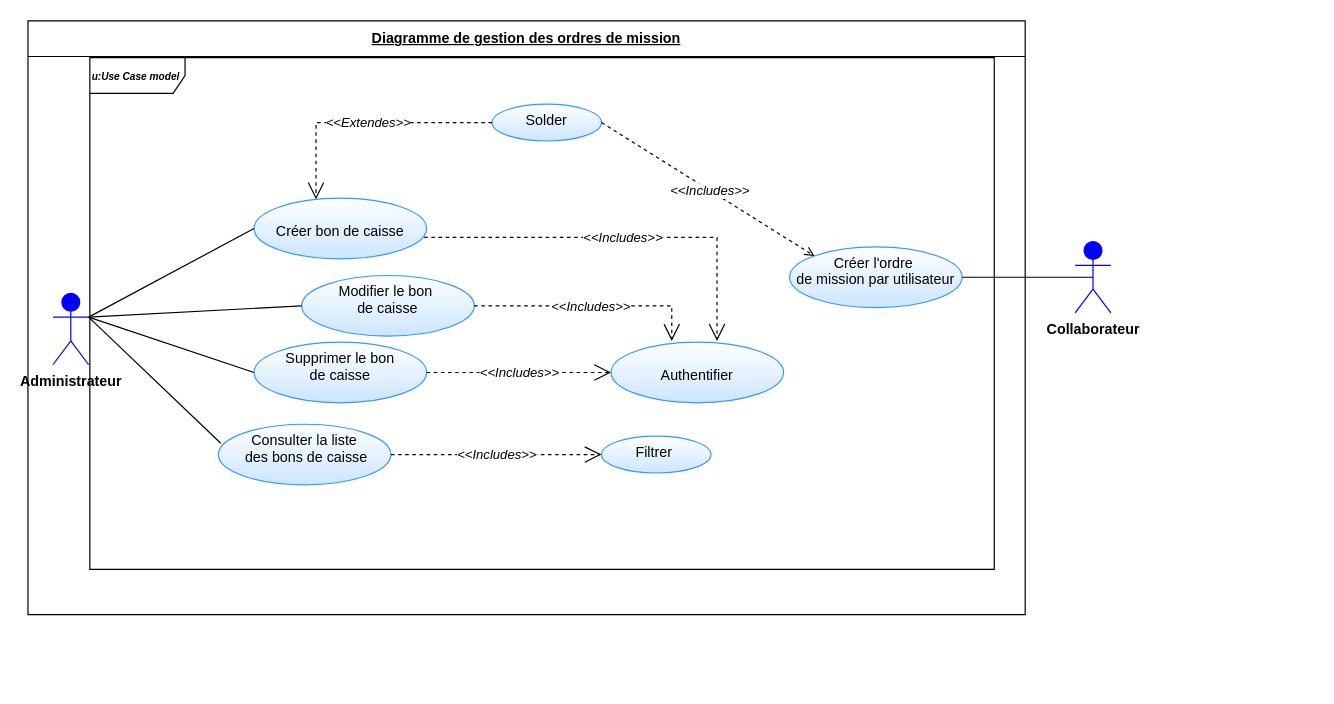
Before: MissionUseCase.drawio in BARIGOU-Imane/Gestion-des-Ordres-de-Mission, a draw.io diagram. Source tidied: cells renumbered, new cells numbered last; positions are measured from the earlier drawing's top-left corner, leaving out a move shared by most shapes. Both pictures are drawn from the tidied source at 119%, with x=0, y=0 at pixel (27, 20).
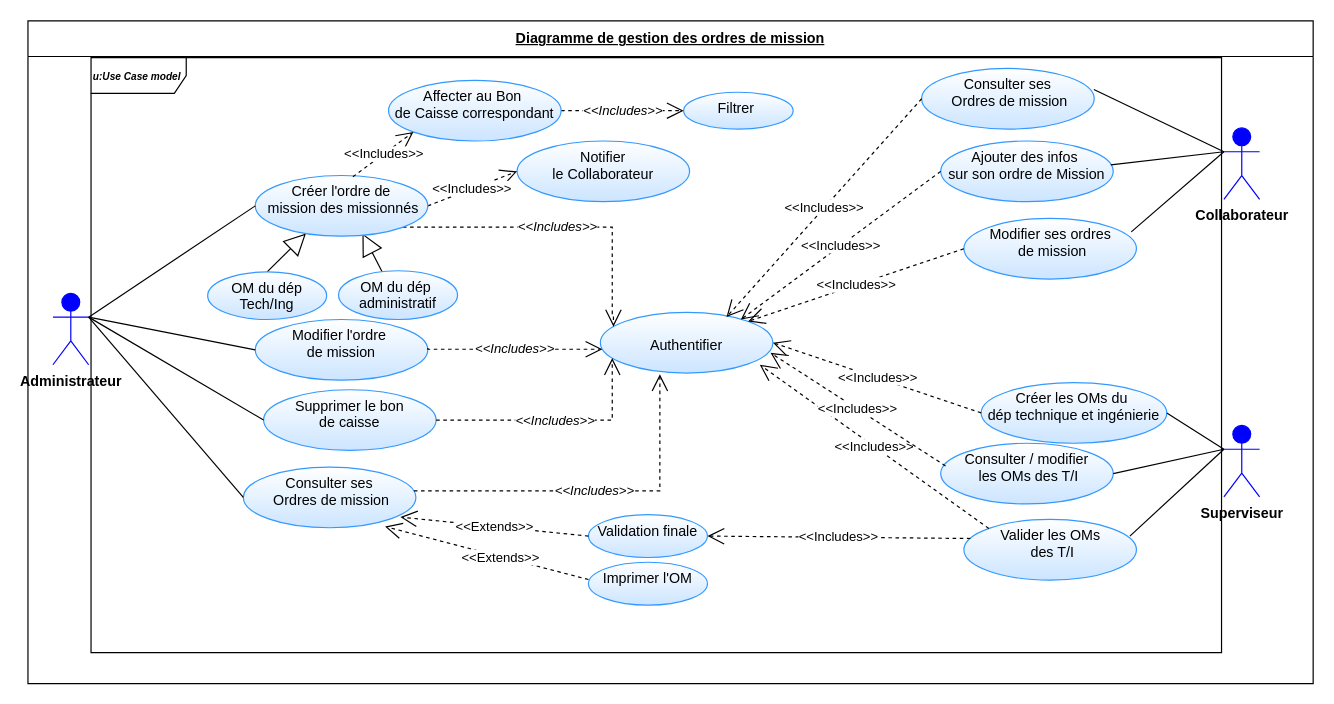
The same diagram, later.

Commit message:
Mettre à jour MissionUseCase.drawio

The change refers to these unchanged cells:
```xml
<mxCell id="19" value="&lt;b&gt;Administrateur&lt;/b&gt;&lt;div&gt;&lt;b&gt;&lt;br&gt;&lt;/b&gt;&lt;/div&gt;" style="shape=umlActor;verticalLabelPosition=bottom;verticalAlign=top;html=1;outlineConnect=0;direction=east;rotation=0;fillColor=#0000FF;strokeColor=#0000FF;" parent="2" vertex="1">
  <mxGeometry x="21" y="229" width="30" height="60" as="geometry" />
</mxCell>
```

The edit, as a diff of the source:
```diff
@@
     <mxCell id="2" value="&lt;u&gt;Diagramme de gestion des ordres de mission&lt;/u&gt;" style="swimlane;fontStyle=1;align=center;horizontal=1;startSize=30;html=1;whiteSpace=wrap;" parent="1" vertex="1">
-      <mxGeometry width="838" height="499" as="geometry" />
+      <mxGeometry width="1080" height="557" as="geometry" />
     </mxCell>
     <mxCell id="3" value="&lt;i&gt;&lt;font style=&quot;font-size: 8.5px;&quot;&gt;&lt;b style=&quot;&quot;&gt;u:Use Case model&lt;/b&gt;&lt;/font&gt;&lt;/i&gt;" style="shape=umlFrame;whiteSpace=wrap;html=1;width=80;align=left;" parent="2" vertex="1">
-      <mxGeometry width="760" height="430" relative="1" as="geometry">
-        <mxPoint x="52" y="31" as="offset" />
+      <mxGeometry width="950" height="500" relative="1" as="geometry">
+        <mxPoint x="53" y="31" as="offset" />
       </mxGeometry>
     </mxCell>
     <mxCell id="4" value="&lt;div&gt;&lt;br&gt;&lt;/div&gt;Authentifier" style="ellipse;whiteSpace=wrap;html=1;verticalAlign=top;strokeColor=#3399FF;gradientColor=#CCE5FF;" parent="3" vertex="1">
-      <mxGeometry x="438" y="239" width="145" height="51" as="geometry" />
+      <mxGeometry x="428" y="214" width="145" height="51" as="geometry" />
     </mxCell>
     <mxCell id="5" value="&lt;div&gt;Supprimer le bon&lt;/div&gt;&lt;div&gt;de caisse&lt;/div&gt;" style="ellipse;whiteSpace=wrap;html=1;verticalAlign=top;strokeColor=#3399FF;gradientColor=#CCE5FF;" parent="3" vertex="1">
-      <mxGeometry x="138" y="239" width="145" height="51" as="geometry" />
+      <mxGeometry x="145" y="279" width="145" height="51" as="geometry" />
     </mxCell>
     <mxCell id="6" value="&lt;i&gt;&amp;lt;&amp;lt;Includes&amp;gt;&amp;gt;&lt;/i&gt;" style="endArrow=open;endSize=12;dashed=1;html=1;rounded=0;edgeStyle=orthogonalEdgeStyle;exitX=1;exitY=0.5;exitDx=0;exitDy=0;" parent="3" edge="1" source="5" target="4">
-      <mxGeometry relative="1" as="geometry" />
+      <mxGeometry relative="1" as="geometry">
+        <Array as="points">
+          <mxPoint x="438" y="305" />
+        </Array>
+      </mxGeometry>
     </mxCell>
-    <mxCell id="7" value="Modifier le bon&amp;nbsp;&lt;div&gt;de&amp;nbsp;&lt;span style=&quot;background-color: initial;&quot;&gt;caisse&lt;/span&gt;&lt;/div&gt;" style="ellipse;whiteSpace=wrap;html=1;verticalAlign=top;strokeColor=#3399FF;gradientColor=#CCE5FF;" parent="3" vertex="1">
-      <mxGeometry x="178" y="183" width="145" height="51" as="geometry" />
+    <mxCell id="7" value="Modifier l'ordre&amp;nbsp;&lt;div&gt;de mission&lt;/div&gt;" style="ellipse;whiteSpace=wrap;html=1;verticalAlign=top;strokeColor=#3399FF;gradientColor=#CCE5FF;" parent="3" vertex="1">
+      <mxGeometry x="138" y="220" width="145" height="51" as="geometry" />
     </mxCell>
-    <mxCell id="8" value="&lt;i&gt;&amp;lt;&amp;lt;Includes&amp;gt;&amp;gt;&lt;/i&gt;" style="endArrow=open;endSize=12;dashed=1;html=1;rounded=0;edgeStyle=orthogonalEdgeStyle;entryX=0.352;entryY=-0.02;entryDx=0;entryDy=0;entryPerimeter=0;exitX=1;exitY=0.5;exitDx=0;exitDy=0;" parent="3" edge="1" source="7" target="4">
-      <mxGeometry relative="1" as="geometry" />
-    </mxCell>
-    <mxCell id="9" value="&lt;div&gt;&lt;br&gt;&lt;/div&gt;&lt;div&gt;Créer bon de caisse&lt;/div&gt;" style="ellipse;whiteSpace=wrap;html=1;verticalAlign=top;strokeColor=#3399FF;gradientColor=#CCE5FF;" parent="3" vertex="1">
-      <mxGeometry x="138" y="118" width="145" height="51" as="geometry" />
-    </mxCell>
-    <mxCell id="10" value="&lt;i&gt;&amp;lt;&amp;lt;Includes&amp;gt;&amp;gt;&lt;/i&gt;" style="endArrow=open;endSize=12;dashed=1;html=1;rounded=0;edgeStyle=orthogonalEdgeStyle;exitX=0.986;exitY=0.647;exitDx=0;exitDy=0;entryX=0.614;entryY=-0.02;entryDx=0;entryDy=0;entryPerimeter=0;exitPerimeter=0;" parent="3" edge="1" source="9" target="4">
-      <mxGeometry relative="1" as="geometry" />
+    <mxCell id="10" value="&lt;i&gt;&amp;lt;&amp;lt;Includes&amp;gt;&amp;gt;&lt;/i&gt;" style="endArrow=open;endSize=12;dashed=1;html=1;rounded=0;edgeStyle=orthogonalEdgeStyle;exitX=1;exitY=1;exitDx=0;exitDy=0;entryX=0.076;entryY=0.235;entryDx=0;entryDy=0;entryPerimeter=0;" parent="3" edge="1" source="32" target="4">
+      <mxGeometry relative="1" as="geometry">
+        <Array as="points">
+          <mxPoint x="438" y="142" />
+          <mxPoint x="438" y="217" />
+          <mxPoint x="439" y="217" />
+        </Array>
+      </mxGeometry>
     </mxCell>
-    <mxCell id="11" value="&lt;div&gt;Solder&lt;/div&gt;" style="ellipse;whiteSpace=wrap;html=1;verticalAlign=top;strokeColor=#3399FF;gradientColor=#CCE5FF;" parent="3" vertex="1">
-      <mxGeometry x="338" y="39" width="92" height="31" as="geometry" />
-    </mxCell>
-    <mxCell id="12" value="&lt;i&gt;&amp;lt;&amp;lt;Extendes&amp;gt;&amp;gt;&lt;/i&gt;" style="endArrow=open;endSize=12;dashed=1;html=1;rounded=0;edgeStyle=orthogonalEdgeStyle;exitX=0;exitY=0.5;exitDx=0;exitDy=0;entryX=0.359;entryY=0.02;entryDx=0;entryDy=0;entryPerimeter=0;" parent="3" edge="1" source="11" target="9">
-      <mxGeometry x="-0.02" relative="1" as="geometry" />
-    </mxCell>
-    <mxCell id="13" value="&lt;div&gt;&lt;span style=&quot;background-color: initial;&quot;&gt;Créer l'ordre&amp;nbsp;&lt;/span&gt;&lt;/div&gt;&lt;div&gt;&lt;span style=&quot;background-color: initial;&quot;&gt;de mission par utilisateur&lt;/span&gt;&lt;br&gt;&lt;/div&gt;" style="ellipse;whiteSpace=wrap;html=1;verticalAlign=top;strokeColor=#3399FF;gradientColor=#CCE5FF;" parent="3" vertex="1">
-      <mxGeometry x="588" y="159" width="145" height="51" as="geometry" />
-    </mxCell>
-    <mxCell id="14" style="endArrow=open;html=1;rounded=0;entryX=0;entryY=0;entryDx=0;entryDy=0;exitX=1;exitY=0.5;exitDx=0;exitDy=0;dashed=1;endFill=0;" parent="3" edge="1" source="11" target="13">
-      <mxGeometry relative="1" as="geometry" />
-    </mxCell>
-    <mxCell id="15" value="&lt;i&gt;&amp;lt;&amp;lt;Includes&amp;gt;&amp;gt;&lt;/i&gt;" style="edgeLabel;html=1;align=center;verticalAlign=middle;" parent="14" vertex="1">
-      <mxGeometry x="0.01" relative="1" as="geometry" />
-    </mxCell>
-    <mxCell id="16" value="&lt;div&gt;Consulter la liste&lt;/div&gt;&lt;div&gt;&amp;nbsp;des bons de caisse&lt;/div&gt;" style="ellipse;whiteSpace=wrap;html=1;verticalAlign=top;strokeColor=#3399FF;gradientColor=#CCE5FF;" parent="3" vertex="1">
-      <mxGeometry x="108" y="308" width="145" height="51" as="geometry" />
-    </mxCell>
     <mxCell id="17" value="&lt;div&gt;Filtrer&amp;nbsp;&lt;/div&gt;" style="ellipse;whiteSpace=wrap;html=1;verticalAlign=top;strokeColor=#3399FF;gradientColor=#CCE5FF;" parent="3" vertex="1">
-      <mxGeometry x="430" y="318" width="92" height="31" as="geometry" />
+      <mxGeometry x="498" y="29" width="92" height="31" as="geometry" />
     </mxCell>
-    <mxCell id="18" value="&lt;i&gt;&amp;lt;&amp;lt;Includes&amp;gt;&amp;gt;&lt;/i&gt;" style="endArrow=open;endSize=12;dashed=1;html=1;rounded=0;edgeStyle=orthogonalEdgeStyle;exitX=1;exitY=0.5;exitDx=0;exitDy=0;entryX=0;entryY=0.5;entryDx=0;entryDy=0;" parent="3" edge="1" source="16" target="17">
+    <mxCell id="18" value="&lt;i&gt;&amp;lt;&amp;lt;Includes&amp;gt;&amp;gt;&lt;/i&gt;" style="endArrow=open;endSize=12;dashed=1;html=1;rounded=0;edgeStyle=orthogonalEdgeStyle;exitX=1;exitY=0.5;exitDx=0;exitDy=0;entryX=0;entryY=0.5;entryDx=0;entryDy=0;" parent="3" edge="1" source="33" target="17">
       <mxGeometry relative="1" as="geometry" />
     </mxCell>
+    <mxCell id="26" style="endArrow=block;endSize=16;endFill=0;html=1;rounded=0;exitX=0.367;exitY=0.028;exitDx=0;exitDy=0;exitPerimeter=0;entryX=0.621;entryY=0.954;entryDx=0;entryDy=0;entryPerimeter=0;" parent="3" edge="1" source="29" target="32">
+      <mxGeometry relative="1" as="geometry" />
+    </mxCell>
+    <mxCell id="27" style="endArrow=block;endSize=16;endFill=0;html=1;rounded=0;entryX=0.294;entryY=0.954;entryDx=0;entryDy=0;entryPerimeter=0;exitX=0.5;exitY=0;exitDx=0;exitDy=0;strokeColor=#000000;" parent="3" edge="1" source="28" target="32">
+      <mxGeometry relative="1" as="geometry" />
+    </mxCell>
+    <mxCell id="28" value="&lt;div&gt;OM&amp;nbsp;&lt;span style=&quot;background-color: initial;&quot;&gt;du dép Tech/Ing&lt;/span&gt;&lt;br&gt;&lt;/div&gt;" style="ellipse;whiteSpace=wrap;html=1;verticalAlign=top;strokeColor=#3399FF;gradientColor=#CCE5FF;" parent="3" vertex="1">
+      <mxGeometry x="98" y="180" width="100" height="40" as="geometry" />
+    </mxCell>
+    <mxCell id="29" value="&lt;div&gt;OM&amp;nbsp;&lt;span style=&quot;background-color: initial;&quot;&gt;du dép&amp;nbsp;&lt;/span&gt;&lt;/div&gt;&lt;div&gt;&lt;span style=&quot;background-color: initial;&quot;&gt;administratif&lt;/span&gt;&lt;/div&gt;" style="ellipse;whiteSpace=wrap;html=1;verticalAlign=top;strokeColor=#3399FF;gradientColor=#CCE5FF;" parent="3" vertex="1">
+      <mxGeometry x="208" y="179" width="100" height="41" as="geometry" />
+    </mxCell>
+    <mxCell id="30" value="Notifier&lt;div&gt;le Collaborateur&lt;/div&gt;" style="ellipse;whiteSpace=wrap;html=1;verticalAlign=top;strokeColor=#3399FF;gradientColor=#CCE5FF;" parent="3" vertex="1">
+      <mxGeometry x="358" y="70" width="145" height="51" as="geometry" />
+    </mxCell>
+    <mxCell id="31" value="&amp;lt;&amp;lt;Includes&amp;gt;&amp;gt;" style="endArrow=open;endSize=12;dashed=1;html=1;rounded=0;exitX=1;exitY=0.5;exitDx=0;exitDy=0;entryX=0;entryY=0.5;entryDx=0;entryDy=0;" parent="3" edge="1" source="32" target="30">
+      <mxGeometry relative="1" as="geometry" />
+    </mxCell>
+    <mxCell id="32" value="Créer l'ordre de&lt;div&gt;&amp;nbsp;mission des missionnés&lt;/div&gt;" style="ellipse;whiteSpace=wrap;html=1;verticalAlign=top;strokeColor=#3399FF;gradientColor=#CCE5FF;" parent="3" vertex="1">
+      <mxGeometry x="138" y="99" width="145" height="51" as="geometry" />
+    </mxCell>
+    <mxCell id="33" value="Affecter au Bon&amp;nbsp;&lt;div&gt;de Caisse correspondant&lt;/div&gt;" style="ellipse;whiteSpace=wrap;html=1;verticalAlign=top;strokeColor=#3399FF;gradientColor=#CCE5FF;gradientDirection=south;" parent="3" vertex="1">
+      <mxGeometry x="250" y="19" width="145" height="51" as="geometry" />
+    </mxCell>
+    <mxCell id="34" value="&amp;lt;&amp;lt;Includes&amp;gt;&amp;gt;" style="endArrow=open;endSize=12;dashed=1;html=1;rounded=0;exitX=0.566;exitY=0.02;exitDx=0;exitDy=0;entryX=0;entryY=1;entryDx=0;entryDy=0;exitPerimeter=0;" parent="3" edge="1" source="32" target="33">
+      <mxGeometry relative="1" as="geometry" />
+    </mxCell>
+    <mxCell id="35" value="Ajouter des infos&amp;nbsp;&lt;div&gt;sur&amp;nbsp;&lt;span style=&quot;background-color: initial;&quot;&gt;son ordre&amp;nbsp;&lt;/span&gt;&lt;span style=&quot;background-color: initial;&quot;&gt;de Mission&lt;/span&gt;&lt;/div&gt;" style="ellipse;whiteSpace=wrap;html=1;verticalAlign=top;strokeColor=#3399FF;gradientColor=#CCE5FF;" parent="3" vertex="1">
+      <mxGeometry x="714" y="70" width="145" height="51" as="geometry" />
+    </mxCell>
+    <mxCell id="36" value="Consulter ses&lt;div&gt;&amp;nbsp;Ordres&amp;nbsp;&lt;span style=&quot;background-color: initial;&quot;&gt;de mission&lt;/span&gt;&lt;/div&gt;" style="ellipse;whiteSpace=wrap;html=1;verticalAlign=top;strokeColor=#3399FF;gradientColor=#CCE5FF;" parent="3" vertex="1">
+      <mxGeometry x="698" y="9" width="145" height="51" as="geometry" />
+    </mxCell>
+    <mxCell id="37" value="Modifier ses ordres&lt;div&gt;&amp;nbsp;de mission&lt;/div&gt;" style="ellipse;whiteSpace=wrap;html=1;verticalAlign=top;strokeColor=#3399FF;gradientColor=#CCE5FF;" parent="3" vertex="1">
+      <mxGeometry x="733.5" y="135" width="145" height="51" as="geometry" />
+    </mxCell>
+    <mxCell id="38" value="&lt;div&gt;Créer les OMs du&amp;nbsp;&lt;/div&gt;&lt;div&gt;dép technique et ingénierie&lt;div&gt;&lt;br&gt;&lt;/div&gt;&lt;/div&gt;" style="ellipse;whiteSpace=wrap;html=1;verticalAlign=top;strokeColor=#3399FF;gradientColor=#CCE5FF;" parent="3" vertex="1">
+      <mxGeometry x="748" y="273" width="156" height="51" as="geometry" />
+    </mxCell>
+    <mxCell id="39" value="&lt;div&gt;Consulter / modifier&lt;/div&gt;&lt;div&gt;&amp;nbsp;les OMs des T/I&lt;/div&gt;" style="ellipse;whiteSpace=wrap;html=1;verticalAlign=top;strokeColor=#3399FF;gradientColor=#CCE5FF;" parent="3" vertex="1">
+      <mxGeometry x="714" y="324" width="145" height="51" as="geometry" />
+    </mxCell>
+    <mxCell id="40" value="&lt;div&gt;Valider les OMs&lt;/div&gt;&lt;div&gt;&amp;nbsp;des T/I&lt;br&gt;&lt;/div&gt;" style="ellipse;whiteSpace=wrap;html=1;verticalAlign=top;strokeColor=#3399FF;gradientColor=#CCE5FF;" parent="3" vertex="1">
+      <mxGeometry x="733.5" y="388" width="145" height="51" as="geometry" />
+    </mxCell>
+    <mxCell id="41" value="&amp;lt;&amp;lt;Includes&amp;gt;&amp;gt;" style="endArrow=open;endSize=12;dashed=1;html=1;rounded=0;exitX=0.038;exitY=0.314;exitDx=0;exitDy=0;entryX=1;entryY=0.5;entryDx=0;entryDy=0;exitPerimeter=0;" parent="3" edge="1" source="40" target="42">
+      <mxGeometry relative="1" as="geometry" />
+    </mxCell>
+    <mxCell id="42" value="Validation finale" style="ellipse;whiteSpace=wrap;html=1;verticalAlign=top;strokeColor=#3399FF;gradientColor=#CCE5FF;" parent="3" vertex="1">
+      <mxGeometry x="418" y="384" width="100" height="36" as="geometry" />
+    </mxCell>
+    <mxCell id="43" value="Imprimer l'OM" style="ellipse;whiteSpace=wrap;html=1;verticalAlign=top;strokeColor=#3399FF;gradientColor=#CCE5FF;" parent="3" vertex="1">
+      <mxGeometry x="418" y="424" width="100" height="36" as="geometry" />
+    </mxCell>
+    <mxCell id="44" value="&amp;lt;&amp;lt;Extends&amp;gt;&amp;gt;" style="endArrow=open;endSize=12;dashed=1;html=1;rounded=0;exitX=0;exitY=0.5;exitDx=0;exitDy=0;entryX=0.91;entryY=0.824;entryDx=0;entryDy=0;entryPerimeter=0;" parent="3" edge="1" source="42" target="47">
+      <mxGeometry relative="1" as="geometry" />
+    </mxCell>
+    <mxCell id="45" style="endArrow=open;endSize=12;dashed=1;html=1;rounded=0;exitX=0;exitY=0.403;exitDx=0;exitDy=0;exitPerimeter=0;entryX=0.821;entryY=0.98;entryDx=0;entryDy=0;entryPerimeter=0;" parent="3" edge="1" source="43" target="47">
+      <mxGeometry relative="1" as="geometry" />
+    </mxCell>
+    <mxCell id="46" value="&amp;lt;&amp;lt;Extends&amp;gt;&amp;gt;" style="edgeLabel;html=1;align=center;verticalAlign=middle;" parent="45" vertex="1">
+      <mxGeometry x="-0.14" y="4" relative="1" as="geometry">
+        <mxPoint y="-4" as="offset" />
+      </mxGeometry>
+    </mxCell>
+    <mxCell id="47" value="Consulter ses&lt;div&gt;&amp;nbsp;Ordres&amp;nbsp;&lt;span style=&quot;background-color: initial;&quot;&gt;de mission&lt;/span&gt;&lt;/div&gt;" style="ellipse;whiteSpace=wrap;html=1;verticalAlign=top;strokeColor=#3399FF;gradientColor=#CCE5FF;" parent="3" vertex="1">
+      <mxGeometry x="128" y="344" width="145" height="51" as="geometry" />
+    </mxCell>
+    <mxCell id="48" value="&lt;i&gt;&amp;lt;&amp;lt;Includes&amp;gt;&amp;gt;&lt;/i&gt;" style="endArrow=open;endSize=12;dashed=1;html=1;rounded=0;edgeStyle=orthogonalEdgeStyle;exitX=1;exitY=0.5;exitDx=0;exitDy=0;" parent="3" edge="1" target="4">
+      <mxGeometry relative="1" as="geometry">
+        <mxPoint x="283" y="244" as="sourcePoint" />
+        <Array as="points">
+          <mxPoint x="283" y="245" />
+        </Array>
+      </mxGeometry>
+    </mxCell>
+    <mxCell id="49" value="&amp;lt;&amp;lt;Includes&amp;gt;&amp;gt;" style="endArrow=open;endSize=12;dashed=1;html=1;rounded=0;exitX=0;exitY=0;exitDx=0;exitDy=0;entryX=0.924;entryY=0.863;entryDx=0;entryDy=0;entryPerimeter=0;" parent="3" edge="1" source="40" target="4">
+      <mxGeometry relative="1" as="geometry" />
+    </mxCell>
+    <mxCell id="50" value="&amp;lt;&amp;lt;Includes&amp;gt;&amp;gt;" style="endArrow=open;endSize=12;dashed=1;html=1;rounded=0;exitX=0.028;exitY=0.373;exitDx=0;exitDy=0;entryX=0.986;entryY=0.667;entryDx=0;entryDy=0;exitPerimeter=0;entryPerimeter=0;" parent="3" edge="1" source="39" target="4">
+      <mxGeometry relative="1" as="geometry" />
+    </mxCell>
+    <mxCell id="51" value="&amp;lt;&amp;lt;Includes&amp;gt;&amp;gt;" style="endArrow=open;endSize=12;dashed=1;html=1;rounded=0;exitX=0;exitY=0.5;exitDx=0;exitDy=0;entryX=1;entryY=0.5;entryDx=0;entryDy=0;" parent="3" edge="1" source="38" target="4">
+      <mxGeometry relative="1" as="geometry" />
+    </mxCell>
+    <mxCell id="52" value="&amp;lt;&amp;lt;Includes&amp;gt;&amp;gt;" style="endArrow=open;endSize=12;dashed=1;html=1;rounded=0;exitX=0;exitY=0.5;exitDx=0;exitDy=0;entryX=1;entryY=0;entryDx=0;entryDy=0;" parent="3" edge="1" source="37" target="4">
+      <mxGeometry relative="1" as="geometry" />
+    </mxCell>
+    <mxCell id="53" value="&amp;lt;&amp;lt;Includes&amp;gt;&amp;gt;" style="endArrow=open;endSize=12;dashed=1;html=1;rounded=0;exitX=0;exitY=0.5;exitDx=0;exitDy=0;entryX=0.814;entryY=0.118;entryDx=0;entryDy=0;entryPerimeter=0;" parent="3" edge="1" source="35" target="4">
+      <mxGeometry relative="1" as="geometry" />
+    </mxCell>
+    <mxCell id="54" value="&amp;lt;&amp;lt;Includes&amp;gt;&amp;gt;" style="endArrow=open;endSize=12;dashed=1;html=1;rounded=0;exitX=0;exitY=0.5;exitDx=0;exitDy=0;entryX=0.731;entryY=0.078;entryDx=0;entryDy=0;entryPerimeter=0;" parent="3" edge="1" source="36" target="4">
+      <mxGeometry relative="1" as="geometry" />
+    </mxCell>
+    <mxCell id="55" value="&lt;i&gt;&amp;lt;&amp;lt;Includes&amp;gt;&amp;gt;&lt;/i&gt;" style="endArrow=open;endSize=12;dashed=1;html=1;rounded=0;edgeStyle=orthogonalEdgeStyle;entryX=0.345;entryY=1.02;entryDx=0;entryDy=0;entryPerimeter=0;" parent="3" edge="1" source="47" target="4">
+      <mxGeometry relative="1" as="geometry">
+        <Array as="points">
+          <mxPoint x="478" y="364" />
+        </Array>
+      </mxGeometry>
+    </mxCell>
@@
-    <mxCell id="22" style="endArrow=none;html=1;rounded=0;entryX=0;entryY=0.5;entryDx=0;entryDy=0;exitX=1;exitY=0.3333333333333333;exitDx=0;exitDy=0;exitPerimeter=0;" parent="2" edge="1" source="19" target="9">
-      <mxGeometry relative="1" as="geometry" />
-    </mxCell>
-    <mxCell id="23" style="endArrow=none;html=1;rounded=0;entryX=0.014;entryY=0.314;entryDx=0;entryDy=0;exitX=1;exitY=0.3333333333333333;exitDx=0;exitDy=0;exitPerimeter=0;entryPerimeter=0;" parent="2" edge="1" source="19" target="16">
+    <mxCell id="23" style="endArrow=none;html=1;rounded=0;entryX=0;entryY=0.5;entryDx=0;entryDy=0;exitX=1;exitY=0.3333333333333333;exitDx=0;exitDy=0;exitPerimeter=0;" parent="2" edge="1" source="19" target="32">
       <mxGeometry relative="1" as="geometry" />
     </mxCell>
-    <mxCell id="24" value="&lt;div&gt;&lt;b&gt;Collaborateur&lt;/b&gt;&lt;/div&gt;&lt;div&gt;&lt;b&gt;&lt;br&gt;&lt;/b&gt;&lt;/div&gt;" style="shape=umlActor;verticalLabelPosition=bottom;verticalAlign=top;html=1;outlineConnect=0;direction=east;rotation=0;fillColor=#0000FF;strokeColor=#0000FF;" parent="1" vertex="1">
-      <mxGeometry x="880" y="185.5" width="30" height="60" as="geometry" />
+    <mxCell id="24" value="&lt;div style=&quot;text-align: right;&quot;&gt;&lt;b&gt;Collaborateur&lt;/b&gt;&lt;/div&gt;&lt;div style=&quot;text-align: right;&quot;&gt;&lt;b&gt;&lt;br&gt;&lt;/b&gt;&lt;/div&gt;" style="shape=umlActor;verticalLabelPosition=bottom;verticalAlign=top;html=1;outlineConnect=0;direction=east;rotation=0;fillColor=#0000FF;strokeColor=#0000FF;" parent="2" vertex="1">
+      <mxGeometry x="1005" y="90" width="30" height="60" as="geometry" />
     </mxCell>
-    <mxCell id="25" style="endArrow=none;html=1;rounded=0;entryX=0.5;entryY=0.5;entryDx=0;entryDy=0;entryPerimeter=0;exitX=1;exitY=0.5;exitDx=0;exitDy=0;" parent="1" edge="1" source="13" target="24">
-      <mxGeometry relative="1" as="geometry" />
-    </mxCell>
+    <mxCell id="56" value="&lt;div&gt;&lt;b&gt;Superviseur&lt;/b&gt;&lt;/div&gt;" style="shape=umlActor;verticalLabelPosition=bottom;verticalAlign=top;html=1;outlineConnect=0;direction=east;rotation=0;fillColor=#0000FF;strokeColor=#0000FF;" parent="2" vertex="1">
+      <mxGeometry x="1005" y="340" width="30" height="60" as="geometry" />
+    </mxCell>
+    <mxCell id="57" style="endArrow=none;html=1;rounded=0;entryX=0;entryY=0.3333333333333333;entryDx=0;entryDy=0;entryPerimeter=0;exitX=1;exitY=0.5;exitDx=0;exitDy=0;" parent="2" edge="1" source="38" target="56">
+      <mxGeometry relative="1" as="geometry" />
+    </mxCell>
+    <mxCell id="58" style="endArrow=none;html=1;rounded=0;exitX=0.97;exitY=0.222;exitDx=0;exitDy=0;exitPerimeter=0;entryX=0;entryY=0.3333333333333333;entryDx=0;entryDy=0;entryPerimeter=0;" parent="2" edge="1" source="37" target="24">
+      <mxGeometry relative="1" as="geometry" />
+    </mxCell>
+    <mxCell id="59" style="endArrow=none;html=1;rounded=0;exitX=0.998;exitY=0.346;exitDx=0;exitDy=0;exitPerimeter=0;entryX=0;entryY=0.3333333333333333;entryDx=0;entryDy=0;entryPerimeter=0;" parent="2" edge="1" source="36" target="24">
+      <mxGeometry relative="1" as="geometry" />
+    </mxCell>
+    <mxCell id="60" style="endArrow=none;html=1;rounded=0;exitX=0.986;exitY=0.392;exitDx=0;exitDy=0;exitPerimeter=0;entryX=0;entryY=0.3333333333333333;entryDx=0;entryDy=0;entryPerimeter=0;" parent="2" edge="1" source="35" target="24">
+      <mxGeometry relative="1" as="geometry" />
+    </mxCell>
+    <mxCell id="61" style="endArrow=none;html=1;rounded=0;exitX=1;exitY=0.5;exitDx=0;exitDy=0;entryX=0;entryY=0.3333333333333333;entryDx=0;entryDy=0;entryPerimeter=0;" parent="2" edge="1" source="39" target="56">
+      <mxGeometry relative="1" as="geometry" />
+    </mxCell>
+    <mxCell id="62" style="endArrow=none;html=1;rounded=0;exitX=0.962;exitY=0.275;exitDx=0;exitDy=0;exitPerimeter=0;entryX=0;entryY=0.3333333333333333;entryDx=0;entryDy=0;entryPerimeter=0;" parent="2" edge="1" source="40" target="56">
+      <mxGeometry relative="1" as="geometry" />
+    </mxCell>
+    <mxCell id="63" style="endArrow=none;html=1;rounded=0;entryX=0;entryY=0.5;entryDx=0;entryDy=0;exitX=1;exitY=0.3333333333333333;exitDx=0;exitDy=0;exitPerimeter=0;" parent="2" edge="1" source="19" target="47">
+      <mxGeometry relative="1" as="geometry" />
+    </mxCell>
```
